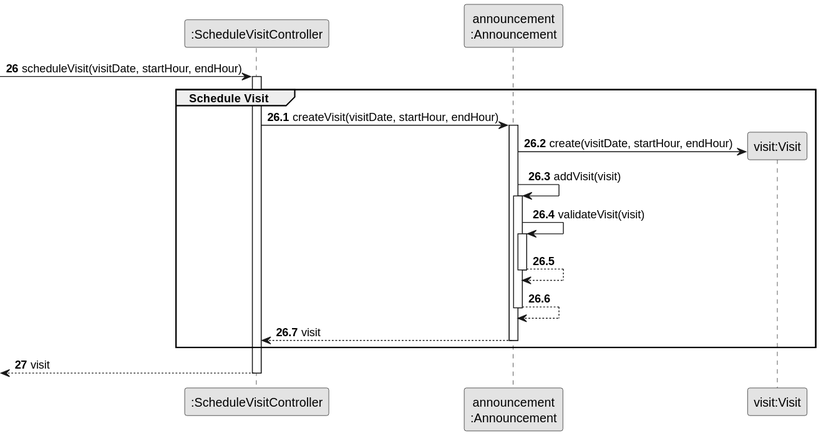
The PlantUML diagram docs/sprintC/us009/03.design/svg/us009-sequence-diagram-partial-schedule-visit.svg in rita-barbosa/LAPR2-2223, before a commit. Source of this version:
```plantuml
@startuml
skinparam monochrome true
skinparam packageStyle rectangle
skinparam shadowing false

participant ":ScheduleVisitController" as CTRL
participant "announcement\n:Announcement" as ANNOUNCE
participant "visit:Visit" as VST

autonumber 26

    -> CTRL : scheduleVisit(visitDate, startHour, endHour)
    activate CTRL

    autonumber 26.1

    group Schedule Visit

    CTRL -> ANNOUNCE : createVisit(visitDate, startHour, endHour)
    activate ANNOUNCE

    ANNOUNCE -> VST** : create(visitDate, startHour, endHour)

     ANNOUNCE -> ANNOUNCE : addVisit(visit)
     activate ANNOUNCE

     ANNOUNCE -> ANNOUNCE : validateVisit(visit)
     activate ANNOUNCE

        ANNOUNCE --> ANNOUNCE
     deactivate ANNOUNCE

     ANNOUNCE --> ANNOUNCE
     deactivate ANNOUNCE

        ANNOUNCE --> CTRL : visit
    deactivate ANNOUNCE

    end group

    autonumber 27
        <-- CTRL : visit
    deactivate CTRL
@enduml
```
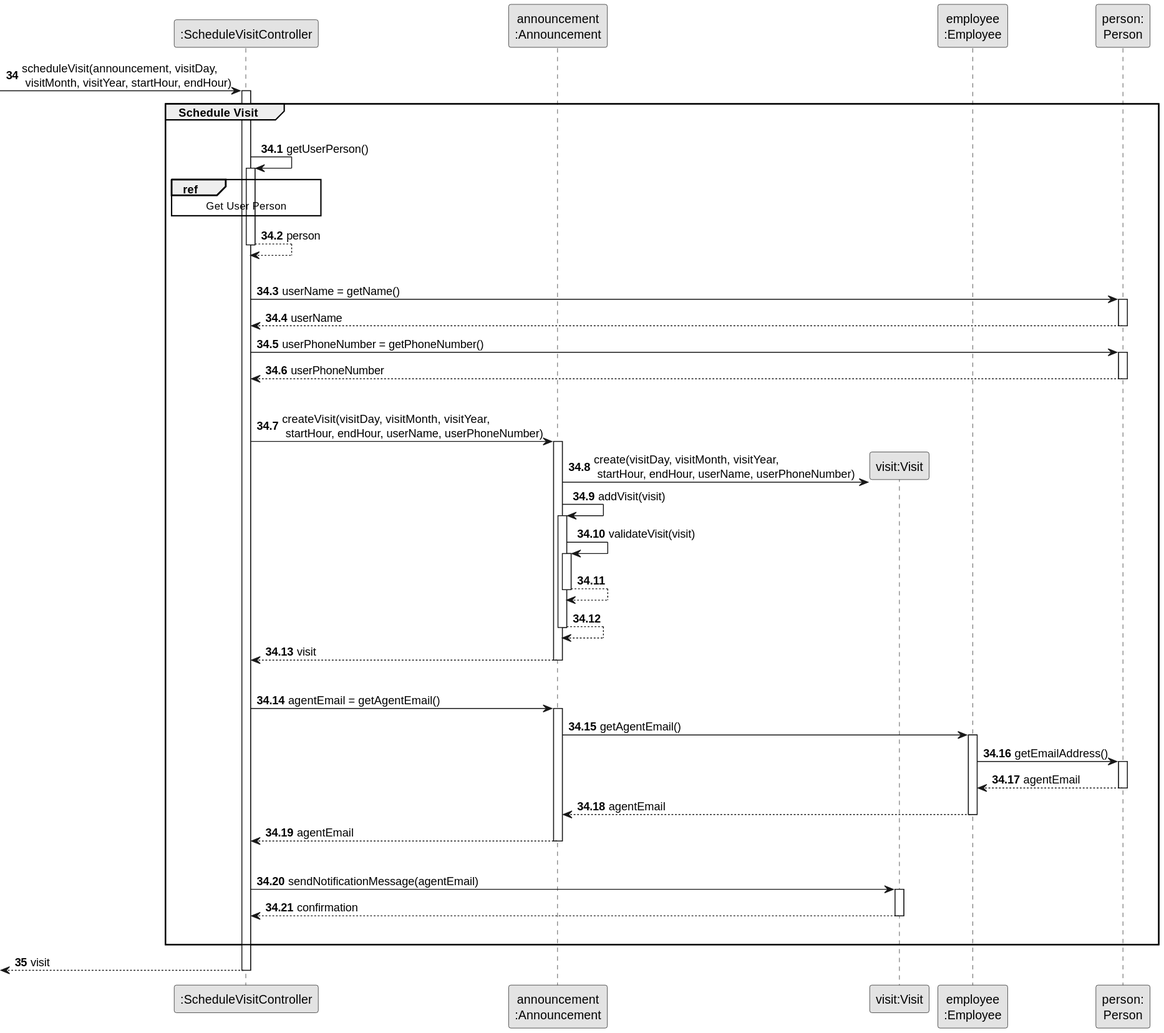
The same file after the commit.

Diff of the diagram source:
```diff
@@ -6,20 +6,44 @@
 participant ":ScheduleVisitController" as CTRL
 participant "announcement\n:Announcement" as ANNOUNCE
 participant "visit:Visit" as VST
+participant "employee\n:Employee" as EMP
+participant "person:\nPerson" as PERSON
 
-autonumber 26
 
-    -> CTRL : scheduleVisit(visitDate, startHour, endHour)
+autonumber 34
+
+    -> CTRL : scheduleVisit(announcement, visitDay,\n visitMonth, visitYear, startHour, endHour)
     activate CTRL
 
-    autonumber 26.1
+    autonumber 34.1
 
     group Schedule Visit
+   |||
+           CTRL -> CTRL : getUserPerson()
+           activate CTRL
+               ref over CTRL
+                   Get User Person
+               end ref
+               CTRL --> CTRL : person
+           deactivate CTRL
+|||
+    CTRL -> PERSON : userName = getName()
+    activate PERSON
 
-    CTRL -> ANNOUNCE : createVisit(visitDate, startHour, endHour)
+        PERSON --> CTRL : userName
+    deactivate PERSON
+
+
+    CTRL -> PERSON : userPhoneNumber = getPhoneNumber()
+    activate PERSON
+
+        PERSON --> CTRL : userPhoneNumber
+    deactivate PERSON
+|||
+    CTRL -> ANNOUNCE : createVisit(visitDay, visitMonth, visitYear,\n startHour, endHour, userName, userPhoneNumber)
     activate ANNOUNCE
 
-    ANNOUNCE -> VST** : create(visitDate, startHour, endHour)
+    ANNOUNCE -> VST** : create(visitDay, visitMonth, visitYear,\n startHour, endHour, userName, userPhoneNumber)
 
      ANNOUNCE -> ANNOUNCE : addVisit(visit)
      activate ANNOUNCE
@@ -35,10 +59,34 @@
 
         ANNOUNCE --> CTRL : visit
     deactivate ANNOUNCE
+|||
+    CTRL -> ANNOUNCE: agentEmail = getAgentEmail()
+    activate ANNOUNCE
 
+    ANNOUNCE -> EMP : getAgentEmail()
+    activate EMP
+
+    EMP -> PERSON : getEmailAddress()
+    activate PERSON
+
+       PERSON --> EMP : agentEmail
+    deactivate PERSON
+
+       EMP --> ANNOUNCE : agentEmail
+    deactivate EMP
+
+       ANNOUNCE --> CTRL : agentEmail
+    deactivate ANNOUNCE
+|||
+    CTRL -> VST : sendNotificationMessage(agentEmail)
+    activate VST
+
+        VST --> CTRL : confirmation
+    deactivate VST
+|||
     end group
 
-    autonumber 27
+    autonumber 35
         <-- CTRL : visit
     deactivate CTRL
 @enduml
```
